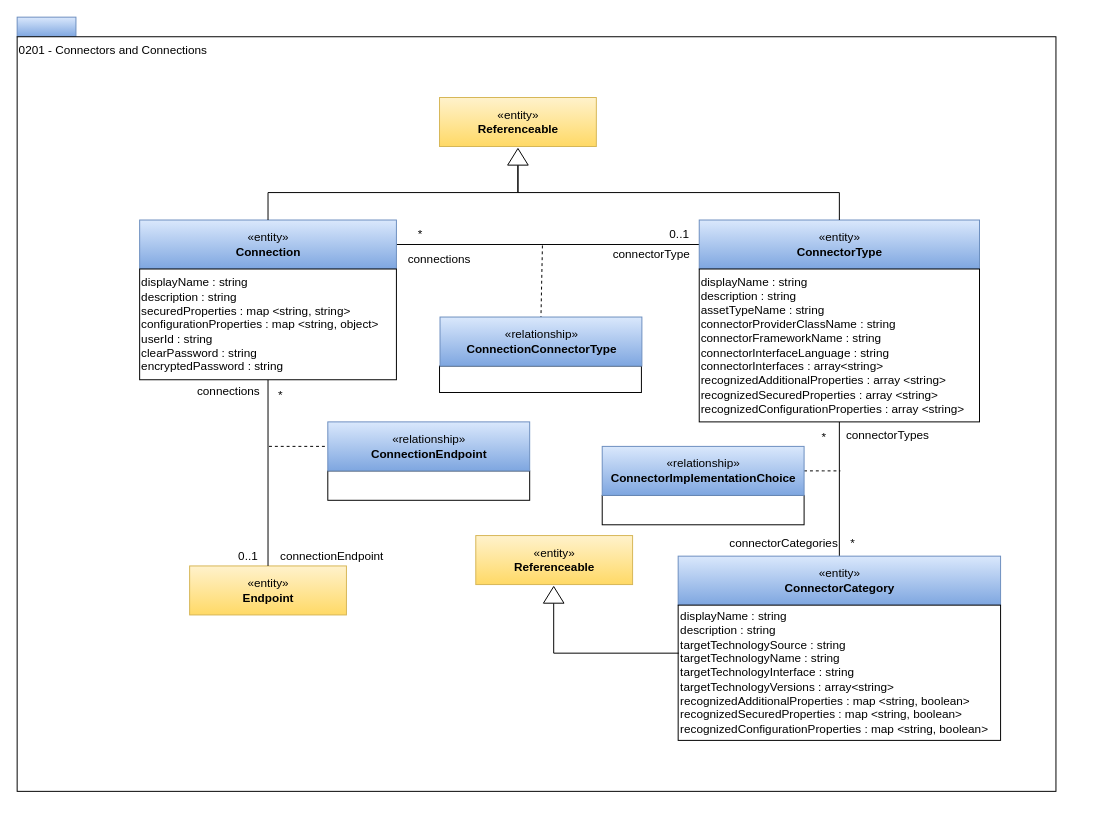
odpi/egeria keeps this draw.io diagram as page "0201-Connectors-and-Connections" (2 of 20) of open-metadata-publication/website/open-metadata-types/area-2-assets.drawio. Above is the earlier version. Source tidied: cells renumbered, new cells numbered last; positions are measured from the earlier drawing's top-left corner, leaving out a move shared by most shapes. Both pictures are drawn from the tidied source at 98%, with x=0, y=0 at pixel (17, 17).
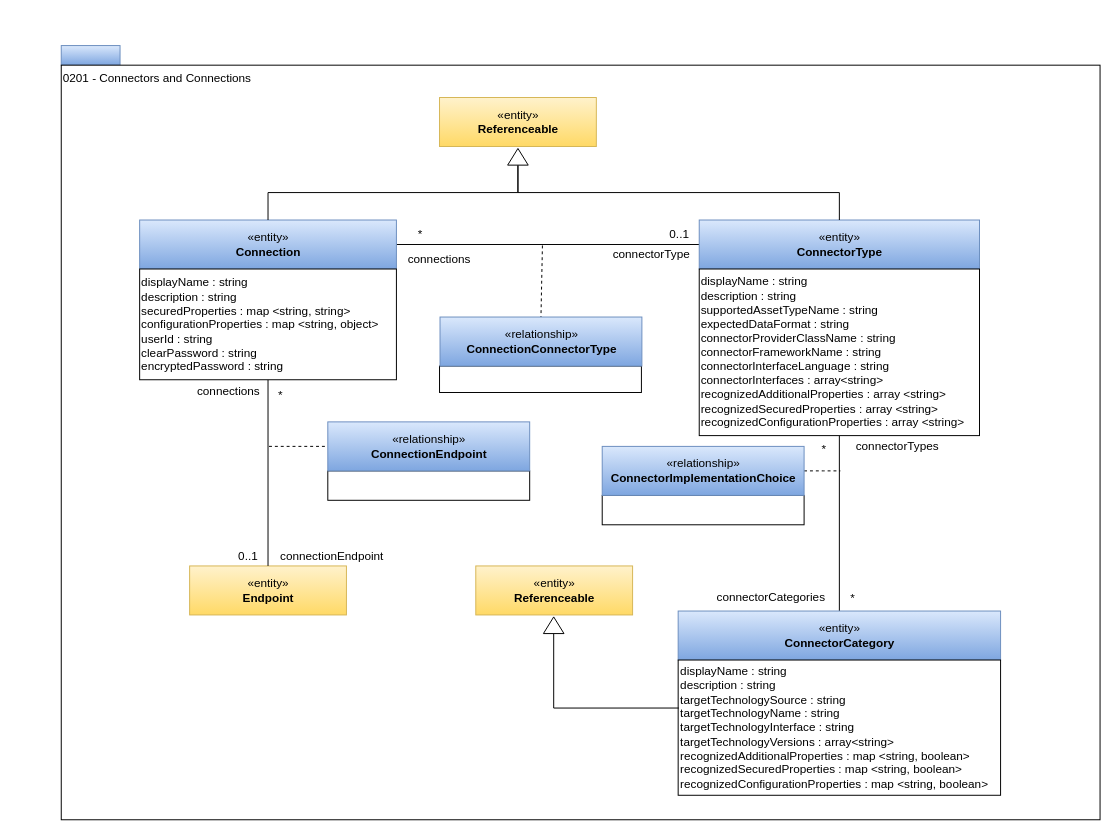
The same page after the edit.

Commit message:
Add updates to connector type

Diff of the diagram source:
```diff
@@
     <mxCell id="2" style="rounded=0;whiteSpace=wrap;html=1;align=left;fillColor=#dae8fc;strokeColor=#6c8ebf;gradientColor=#7ea6e0;" parent="1" vertex="1">
-      <mxGeometry width="60" height="20" as="geometry" />
+      <mxGeometry x="45" y="29" width="60" height="20" as="geometry" />
     </mxCell>
     <mxCell id="3" value="0201 - Connectors and Connections" style="rounded=0;whiteSpace=wrap;html=1;align=left;verticalAlign=top;" parent="1" vertex="1">
-      <mxGeometry y="20" width="1060" height="770" as="geometry" />
+      <mxGeometry x="45" y="49" width="1060" height="770" as="geometry" />
     </mxCell>
@@
-    <mxCell id="28" value="displayName : string&lt;br&gt;description : string&lt;br&gt;assetTypeName : string&lt;br&gt;connectorProviderClassName : string&lt;br&gt;connectorFrameworkName : string&lt;br&gt;connectorInterfaceLanguage : string&lt;br&gt;connectorInterfaces : array&amp;lt;string&amp;gt;&lt;br&gt;recognizedAdditionalProperties : array &amp;lt;string&amp;gt;&lt;br&gt;recognizedSecuredProperties : array &amp;lt;string&amp;gt;&lt;br&gt;recognizedConfigurationProperties : array &amp;lt;string&amp;gt;" style="rounded=0;whiteSpace=wrap;html=1;strokeColor=#000000;gradientColor=#ffffff;align=left;" parent="1" vertex="1">
-      <mxGeometry x="696" y="257" width="286" height="156" as="geometry" />
+    <mxCell id="28" value="displayName : string&lt;br&gt;description : string&lt;br&gt;supportedAssetTypeName : string&lt;br&gt;expectedDataFormat : string&lt;br&gt;connectorProviderClassName : string&lt;br&gt;connectorFrameworkName : string&lt;br&gt;connectorInterfaceLanguage : string&lt;br&gt;connectorInterfaces : array&amp;lt;string&amp;gt;&lt;br&gt;recognizedAdditionalProperties : array &amp;lt;string&amp;gt;&lt;br&gt;recognizedSecuredProperties : array &amp;lt;string&amp;gt;&lt;br&gt;recognizedConfigurationProperties : array &amp;lt;string&amp;gt;" style="rounded=0;whiteSpace=wrap;html=1;strokeColor=#000000;gradientColor=#ffffff;align=left;" parent="1" vertex="1">
+      <mxGeometry x="696" y="257" width="286" height="170" as="geometry" />
     </mxCell>
@@
     <mxCell id="30" value="«entity»&lt;br&gt;&lt;b&gt;ConnectorCategory&lt;/b&gt;" style="html=1;strokeColor=#6c8ebf;align=center;fillColor=#dae8fc;gradientColor=#7ea6e0;" parent="1" vertex="1">
-      <mxGeometry x="674.5" y="550" width="329" height="50" as="geometry" />
+      <mxGeometry x="674.5" y="606" width="329" height="50" as="geometry" />
     </mxCell>
     <mxCell id="31" value="displayName : string&lt;br&gt;description : string&lt;br&gt;targetTechnologySource : string&lt;br&gt;targetTechnologyName : string&lt;br&gt;targetTechnologyInterface : string&lt;br&gt;targetTechnologyVersions : array&amp;lt;string&amp;gt;&lt;br&gt;recognizedAdditionalProperties : map &amp;lt;string, boolean&amp;gt;&lt;br&gt;recognizedSecuredProperties : map &amp;lt;string, boolean&amp;gt;&lt;br&gt;recognizedConfigurationProperties : map &amp;lt;string, boolean&amp;gt;" style="rounded=0;whiteSpace=wrap;html=1;strokeColor=#000000;gradientColor=#ffffff;align=left;" parent="1" vertex="1">
-      <mxGeometry x="674.5" y="600" width="329" height="138" as="geometry" />
+      <mxGeometry x="674.5" y="656" width="329" height="138" as="geometry" />
     </mxCell>
@@
     <mxCell id="35" value="connectorTypes" style="text;html=1;align=center;verticalAlign=middle;strokeColor=none;" parent="1" vertex="1">
-      <mxGeometry x="840" y="418" width="95" height="18" as="geometry" />
+      <mxGeometry x="850" y="429" width="95" height="18" as="geometry" />
     </mxCell>
     <mxCell id="36" value="connectorCategories" style="text;html=1;align=center;verticalAlign=middle;strokeColor=none;" parent="1" vertex="1">
-      <mxGeometry x="721" y="528" width="121" height="18" as="geometry" />
+      <mxGeometry x="708" y="583" width="121" height="18" as="geometry" />
     </mxCell>
     <mxCell id="37" value="*" style="text;html=1;strokeColor=none;fillColor=none;align=center;verticalAlign=middle;whiteSpace=wrap;rounded=0;" parent="1" vertex="1">
-      <mxGeometry x="833" y="527" width="40" height="20" as="geometry" />
+      <mxGeometry x="833" y="583" width="40" height="20" as="geometry" />
     </mxCell>
     <mxCell id="38" value="*" style="text;html=1;strokeColor=none;fillColor=none;align=center;verticalAlign=middle;whiteSpace=wrap;rounded=0;" parent="1" vertex="1">
-      <mxGeometry x="814" y="419" width="19" height="20" as="geometry" />
+      <mxGeometry x="814" y="431" width="19" height="20" as="geometry" />
     </mxCell>
@@
     <mxCell id="40" value="«entity»&lt;br&gt;&lt;b&gt;Referenceable&lt;/b&gt;" style="html=1;strokeColor=#d6b656;align=center;fillColor=#fff2cc;gradientColor=#ffd966;" parent="1" vertex="1">
-      <mxGeometry x="468" y="529" width="160" height="50" as="geometry" />
+      <mxGeometry x="468" y="560" width="160" height="50" as="geometry" />
     </mxCell>
     <mxCell id="41" style="triangle;whiteSpace=wrap;html=1;strokeColor=#000000;gradientColor=#ffffff;align=center;rotation=-90;" parent="1" vertex="1">
-      <mxGeometry x="539" y="579" width="17" height="21" as="geometry" />
+      <mxGeometry x="539" y="610" width="17" height="21" as="geometry" />
     </mxCell>
```
